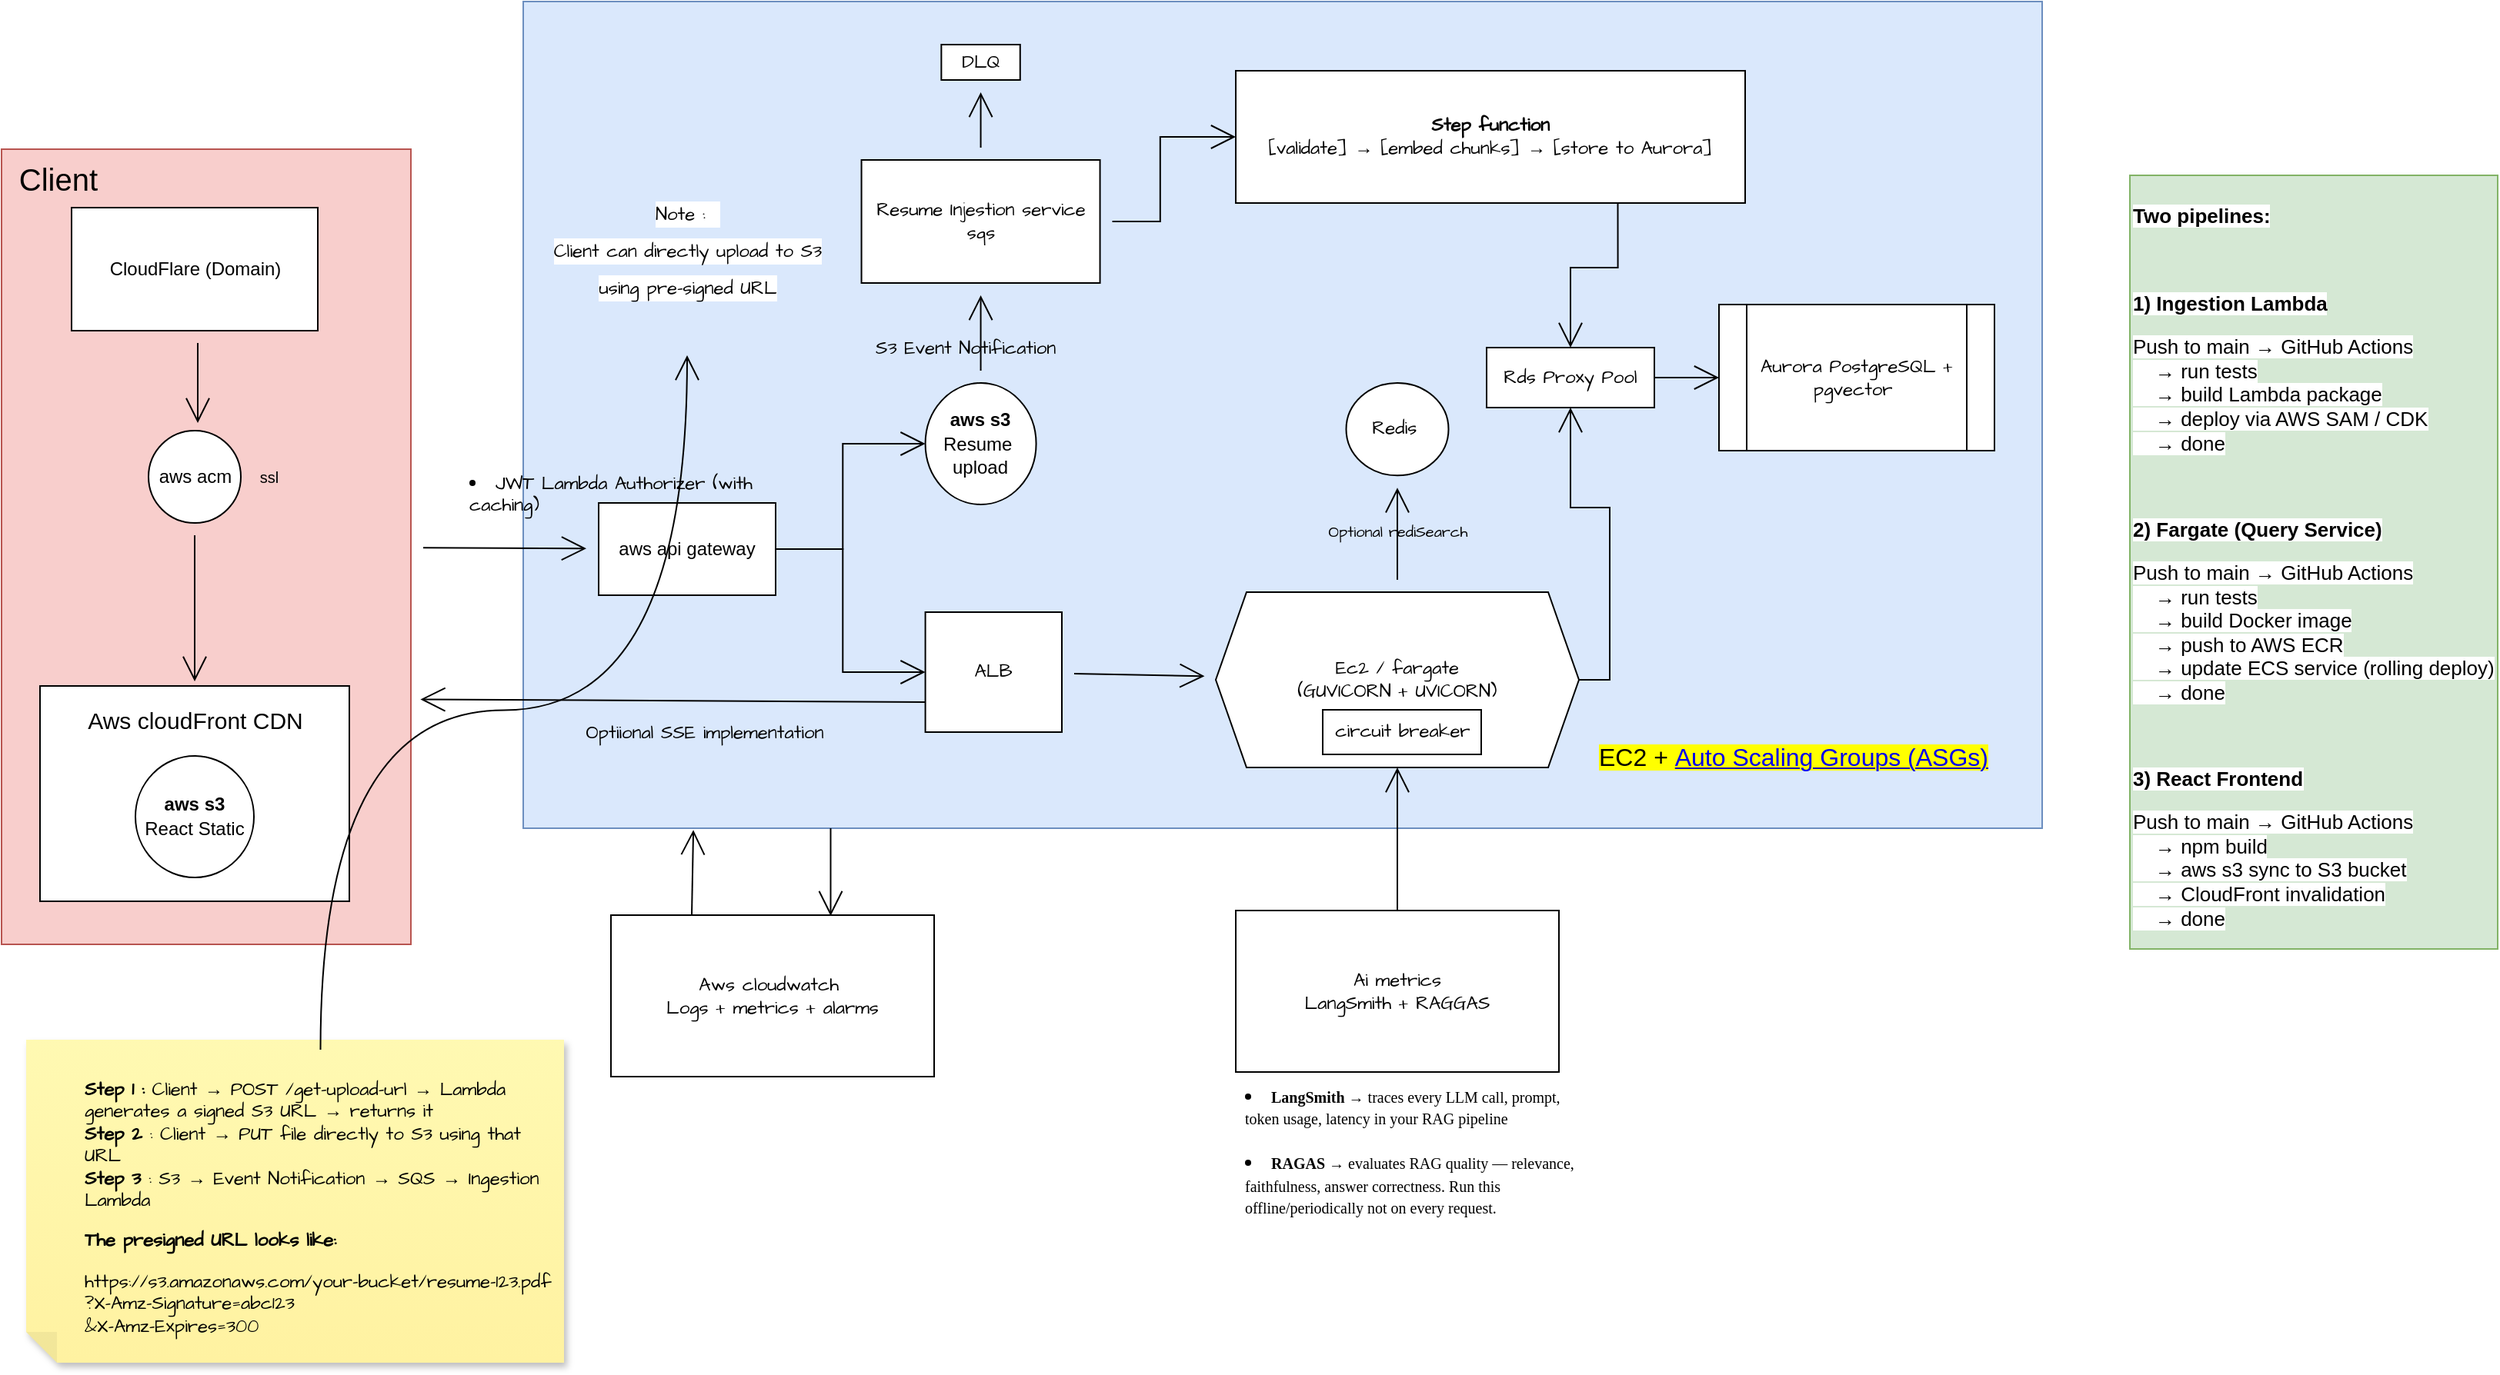
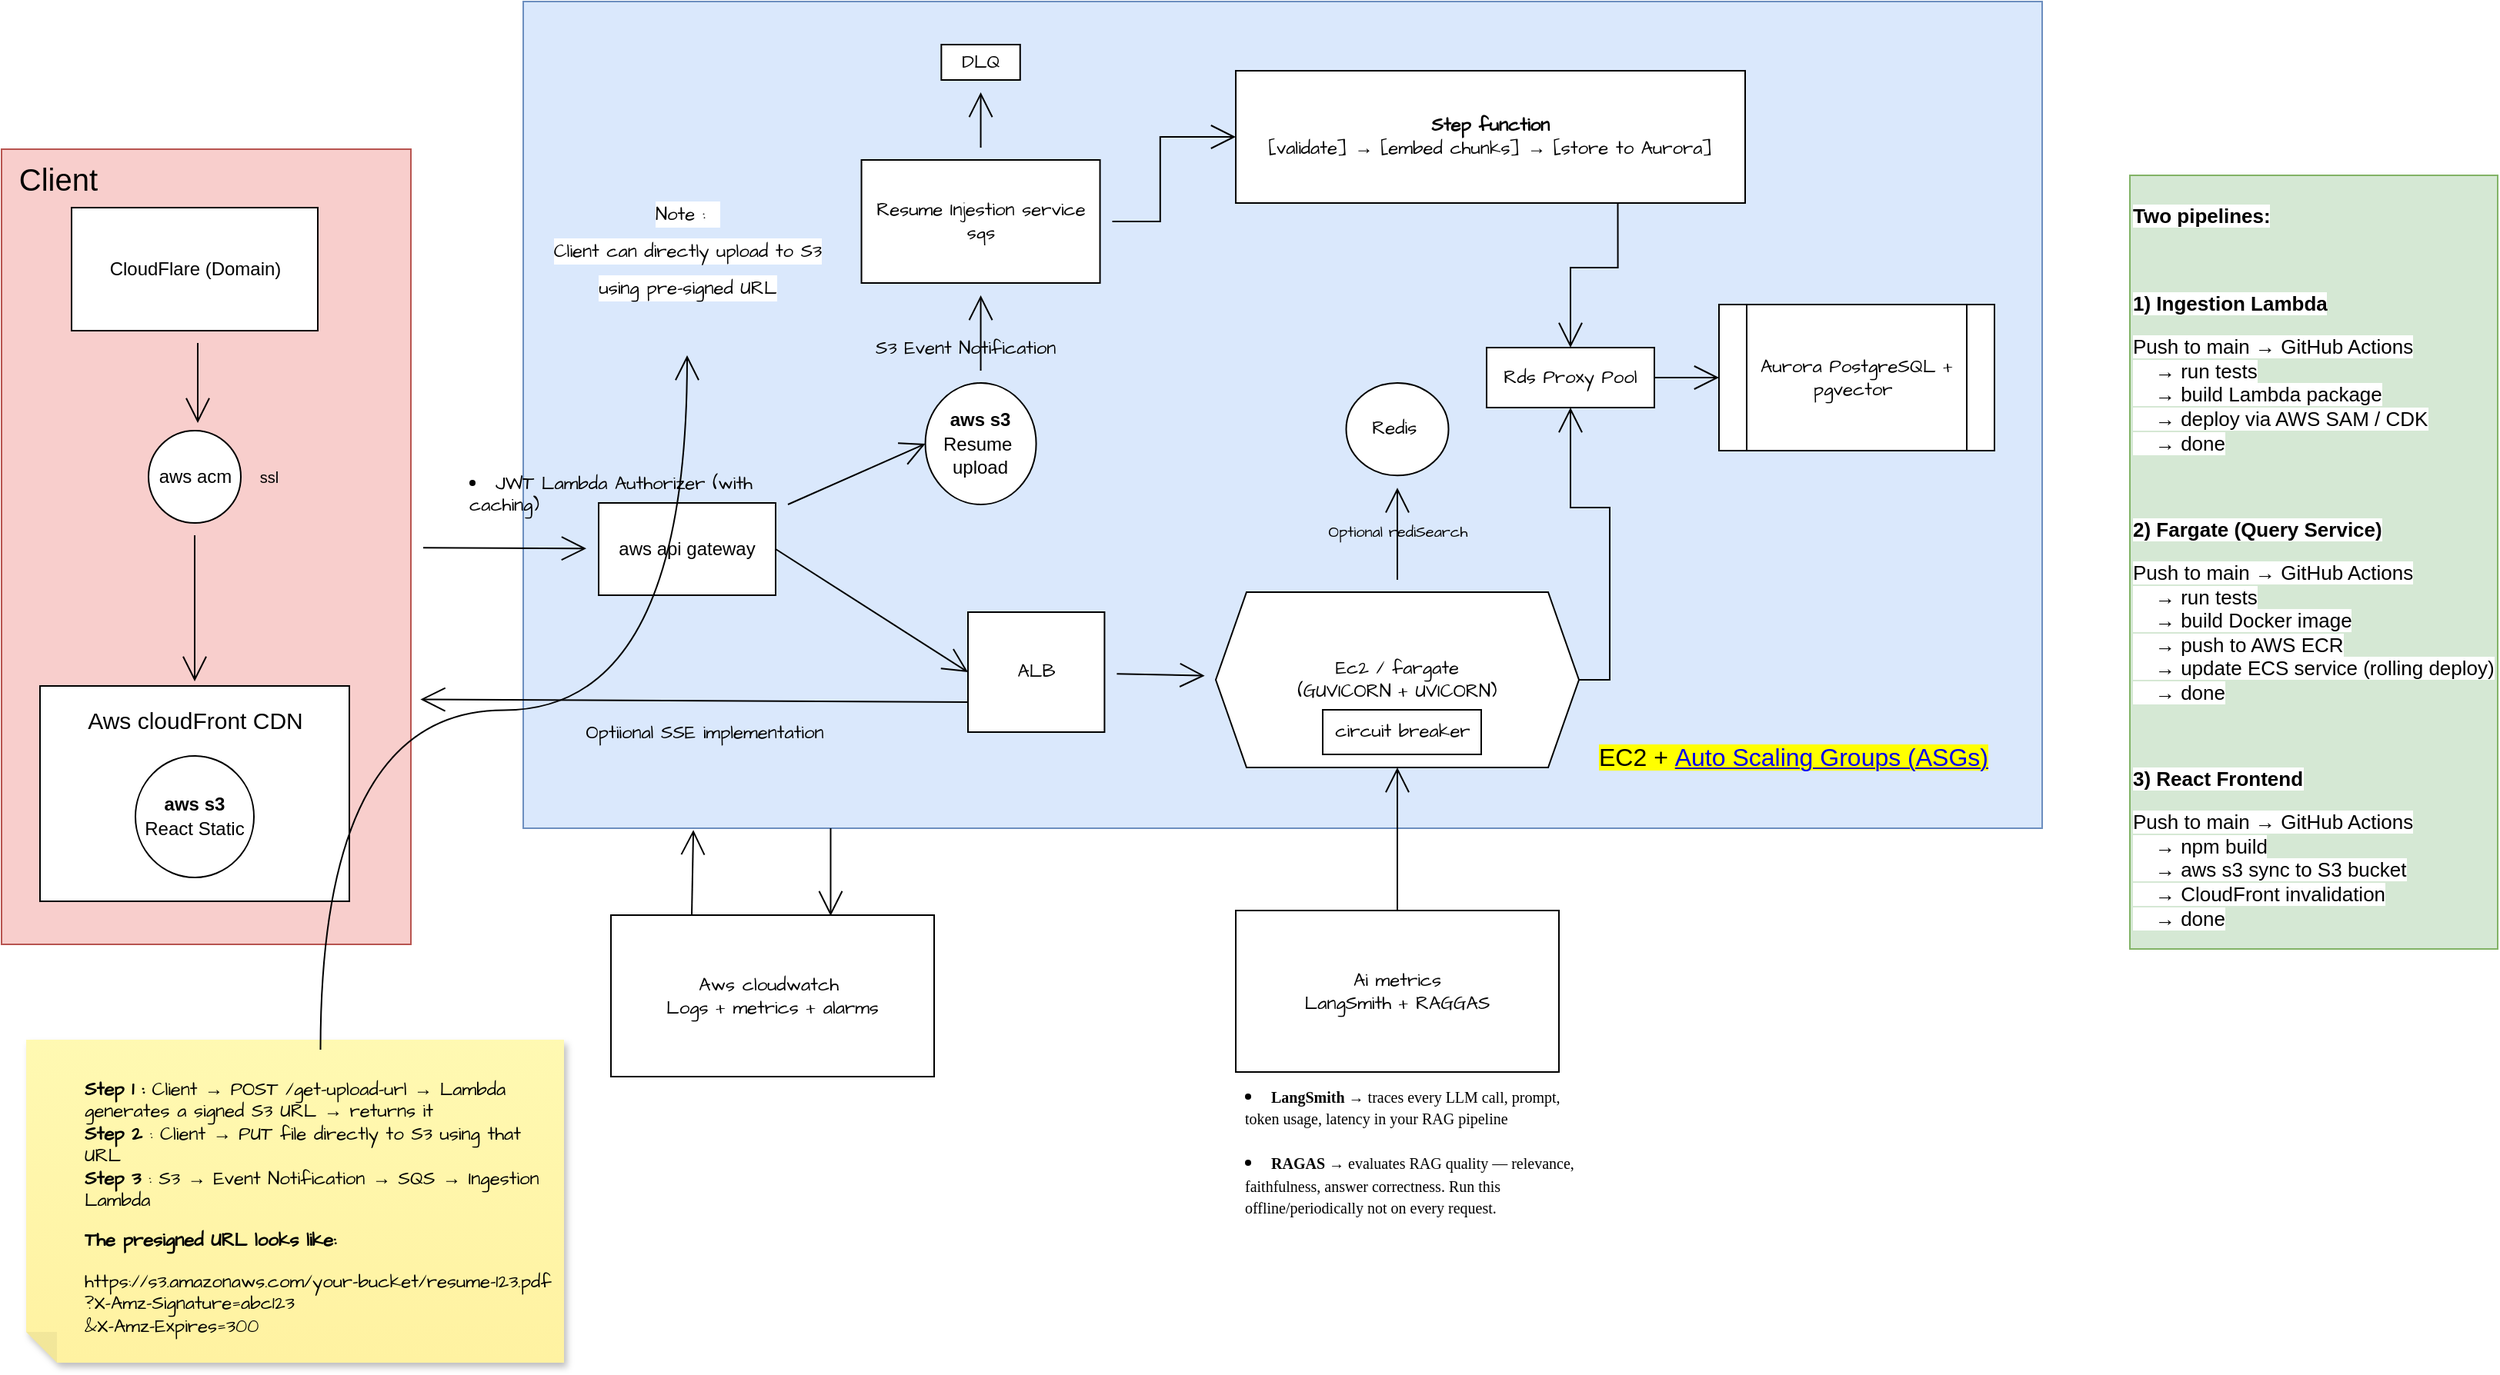
<mxfile host="app.diagrams.net">
  <diagram name="Page-1" id="SOHPCcRNUhLTlrNE90n2">
-     <mxGraphModel dx="3210" dy="1500" grid="0" gridSize="10" guides="1" tooltips="1" connect="1" arrows="1" fold="1" page="0" pageScale="1" pageWidth="850" pageHeight="1100" math="0" shadow="0">
+     <mxGraphModel dx="2808" dy="1317" grid="0" gridSize="10" guides="1" tooltips="1" connect="1" arrows="1" fold="1" page="0" pageScale="1" pageWidth="850" pageHeight="1100" math="0" shadow="0">
      <root>
        <mxCell id="0" />
        <mxCell id="1" parent="0" />
        <mxCell id="rra6tTRvJPethr66ALMW-102" parent="1" style="shape=note;whiteSpace=wrap;html=1;backgroundOutline=1;fontColor=#000000;darkOpacity=0.05;fillColor=#FFF9B2;strokeColor=none;fillStyle=solid;direction=west;gradientDirection=north;gradientColor=#FFF2A1;shadow=1;size=20;autosizeText=1;fontFamily=Architects Daughter;fontSource=https%3A%2F%2Ffonts.googleapis.com%2Fcss%3Ffamily%3DArchitects%2BDaughter;" value="" vertex="1">
          <mxGeometry height="210" width="349.5" x="-684" y="308" as="geometry" />
        </mxCell>
        <mxCell id="rra6tTRvJPethr66ALMW-70" parent="1" style="rounded=0;whiteSpace=wrap;html=1;fontFamily=Architects Daughter;fontSource=https%3A%2F%2Ffonts.googleapis.com%2Fcss%3Ffamily%3DArchitects%2BDaughter;fillColor=#dae8fc;strokeColor=#6c8ebf;" value="" vertex="1">
          <mxGeometry height="537.5" width="987" x="-361" y="-367" as="geometry" />
        </mxCell>
        <mxCell id="rra6tTRvJPethr66ALMW-100" edge="1" parent="1" source="rra6tTRvJPethr66ALMW-55" style="edgeStyle=orthogonalEdgeStyle;rounded=0;orthogonalLoop=1;jettySize=auto;html=1;exitX=0.75;exitY=1;exitDx=0;exitDy=0;entryX=0.5;entryY=0;entryDx=0;entryDy=0;fontFamily=Architects Daughter;fontSource=https%3A%2F%2Ffonts.googleapis.com%2Fcss%3Ffamily%3DArchitects%2BDaughter;fontSize=16;startSize=14;endArrow=open;endSize=14;sourcePerimeterSpacing=8;targetPerimeterSpacing=8;" target="rra6tTRvJPethr66ALMW-95">
          <mxGeometry relative="1" as="geometry" />
        </mxCell>
        <mxCell id="rra6tTRvJPethr66ALMW-55" parent="1" style="rounded=0;whiteSpace=wrap;html=1;fontFamily=Architects Daughter;fontSource=https%3A%2F%2Ffonts.googleapis.com%2Fcss%3Ffamily%3DArchitects%2BDaughter;" value="&lt;span style=&quot;text-align: left;&quot;&gt;&lt;b&gt;Step function&lt;/b&gt;&lt;br&gt;[validate] → [embed chunks] → [store to Aurora]&lt;/span&gt;" vertex="1">
          <mxGeometry height="86" width="331" x="102" y="-322" as="geometry" />
        </mxCell>
        <mxCell id="rra6tTRvJPethr66ALMW-19" edge="1" parent="1" source="rra6tTRvJPethr66ALMW-16" style="edgeStyle=none;curved=1;rounded=0;orthogonalLoop=1;jettySize=auto;html=1;fontFamily=Architects Daughter;fontSource=https%3A%2F%2Ffonts.googleapis.com%2Fcss%3Ffamily%3DArchitects%2BDaughter;fontSize=16;startSize=14;endArrow=open;endSize=14;sourcePerimeterSpacing=8;targetPerimeterSpacing=8;" target="rra6tTRvJPethr66ALMW-18" value="">
          <mxGeometry relative="1" as="geometry" />
        </mxCell>
        <mxCell id="rra6tTRvJPethr66ALMW-16" parent="1" style="rounded=0;whiteSpace=wrap;html=1;fontFamily=Architects Daughter;fontSource=https%3A%2F%2Ffonts.googleapis.com%2Fcss%3Ffamily%3DArchitects%2BDaughter;fillColor=#f8cecc;strokeColor=#b85450;" value="" vertex="1">
          <mxGeometry height="517" width="266" x="-700" y="-271" as="geometry" />
        </mxCell>
        <mxCell id="rra6tTRvJPethr66ALMW-2" parent="1" style="rounded=0;whiteSpace=wrap;html=1;fontFamily=Architects Daughter;fontSource=https%3A%2F%2Ffonts.googleapis.com%2Fcss%3Ffamily%3DArchitects%2BDaughter;" value="" vertex="1">
          <mxGeometry height="140" width="201" x="-675" y="78" as="geometry" />
        </mxCell>
        <mxCell id="rra6tTRvJPethr66ALMW-1" parent="1" style="ellipse;whiteSpace=wrap;html=1;fontFamily=Architects Daughter;fontSource=https%3A%2F%2Ffonts.googleapis.com%2Fcss%3Ffamily%3DArchitects%2BDaughter;" value="&lt;font face=&quot;Helvetica&quot;&gt;&lt;b&gt;aws s3&lt;/b&gt;&lt;br&gt;React Static&lt;/font&gt;" vertex="1">
          <mxGeometry height="79" width="77" x="-613" y="123.5" as="geometry" />
        </mxCell>
        <mxCell id="rra6tTRvJPethr66ALMW-3" parent="1" style="text;html=1;whiteSpace=wrap;strokeColor=none;fillColor=none;align=center;verticalAlign=middle;rounded=0;fontSize=20;fontFamily=Helvetica;" value="&lt;font style=&quot;font-size: 15px;&quot;&gt;Aws cloudFront CDN&lt;/font&gt;" vertex="1">
          <mxGeometry height="30" width="186" x="-667.5" y="83" as="geometry" />
        </mxCell>
        <mxCell id="rra6tTRvJPethr66ALMW-10" edge="1" parent="1" style="edgeStyle=none;curved=1;rounded=0;orthogonalLoop=1;jettySize=auto;html=1;fontFamily=Architects Daughter;fontSource=https%3A%2F%2Ffonts.googleapis.com%2Fcss%3Ffamily%3DArchitects%2BDaughter;fontSize=16;startSize=14;endArrow=open;endSize=14;sourcePerimeterSpacing=8;targetPerimeterSpacing=8;" value="">
          <mxGeometry relative="1" as="geometry">
            <mxPoint x="-572.5" y="-145" as="sourcePoint" />
            <mxPoint x="-572.5" y="-93" as="targetPoint" />
          </mxGeometry>
        </mxCell>
        <mxCell id="rra6tTRvJPethr66ALMW-5" parent="1" style="rounded=0;whiteSpace=wrap;html=1;fontFamily=Helvetica;" value="CloudFlare (Domain)" vertex="1">
          <mxGeometry height="80" width="160" x="-654.5" y="-233" as="geometry" />
        </mxCell>
        <mxCell id="rra6tTRvJPethr66ALMW-14" edge="1" parent="1" source="rra6tTRvJPethr66ALMW-12" style="edgeStyle=none;curved=1;rounded=0;orthogonalLoop=1;jettySize=auto;html=1;fontFamily=Architects Daughter;fontSource=https%3A%2F%2Ffonts.googleapis.com%2Fcss%3Ffamily%3DArchitects%2BDaughter;fontSize=16;startSize=14;endArrow=open;endSize=14;sourcePerimeterSpacing=8;targetPerimeterSpacing=8;" target="rra6tTRvJPethr66ALMW-3" value="">
          <mxGeometry relative="1" as="geometry" />
        </mxCell>
        <mxCell id="rra6tTRvJPethr66ALMW-12" parent="1" style="ellipse;whiteSpace=wrap;html=1;fontFamily=Architects Daughter;fontSource=https%3A%2F%2Ffonts.googleapis.com%2Fcss%3Ffamily%3DArchitects%2BDaughter;" value="&lt;font face=&quot;Helvetica&quot;&gt;aws acm&lt;/font&gt;" vertex="1">
          <mxGeometry height="60" width="60" x="-604.5" y="-88" as="geometry" />
        </mxCell>
        <mxCell id="rra6tTRvJPethr66ALMW-15" parent="1" style="text;html=1;whiteSpace=wrap;strokeColor=none;fillColor=none;align=center;verticalAlign=middle;rounded=0;fontSize=10;fontFamily=Helvetica;" value="&lt;font&gt;ssl&lt;/font&gt;" vertex="1">
          <mxGeometry height="18" width="32" x="-542" y="-67" as="geometry" />
        </mxCell>
        <mxCell id="rra6tTRvJPethr66ALMW-17" parent="1" style="text;html=1;whiteSpace=wrap;strokeColor=none;fillColor=none;align=center;verticalAlign=middle;rounded=0;fontSize=20;fontFamily=Architects Daughter;fontSource=https%3A%2F%2Ffonts.googleapis.com%2Fcss%3Ffamily%3DArchitects%2BDaughter;" value="&lt;font face=&quot;Helvetica&quot;&gt;Client&lt;/font&gt;" vertex="1">
          <mxGeometry height="30" width="60" x="-693" y="-266" as="geometry" />
        </mxCell>
-         <mxCell id="rra6tTRvJPethr66ALMW-27" edge="1" parent="1" source="rra6tTRvJPethr66ALMW-18" style="edgeStyle=orthogonalEdgeStyle;rounded=0;orthogonalLoop=1;jettySize=auto;html=1;fontFamily=Architects Daughter;fontSource=https%3A%2F%2Ffonts.googleapis.com%2Fcss%3Ffamily%3DArchitects%2BDaughter;fontSize=16;startSize=14;endArrow=open;endSize=14;sourcePerimeterSpacing=8;targetPerimeterSpacing=8;entryX=0;entryY=0.5;entryDx=0;entryDy=0;" target="rra6tTRvJPethr66ALMW-42" value="">
+         <mxCell id="rra6tTRvJPethr66ALMW-27" edge="1" parent="1" source="rra6tTRvJPethr66ALMW-18" style="rounded=0;orthogonalLoop=1;jettySize=auto;html=1;fontFamily=Architects Daughter;fontSource=https%3A%2F%2Ffonts.googleapis.com%2Fcss%3Ffamily%3DArchitects%2BDaughter;fontSize=16;startSize=14;endArrow=open;endSize=14;sourcePerimeterSpacing=8;targetPerimeterSpacing=8;entryX=0;entryY=0.5;entryDx=0;entryDy=0;" target="rra6tTRvJPethr66ALMW-42" value="">
          <mxGeometry relative="1" as="geometry">
            <mxPoint x="-103" y="-13.867567567567448" as="targetPoint" />
          </mxGeometry>
        </mxCell>
-         <mxCell id="rra6tTRvJPethr66ALMW-47" edge="1" parent="1" source="rra6tTRvJPethr66ALMW-18" style="edgeStyle=orthogonalEdgeStyle;rounded=0;orthogonalLoop=1;jettySize=auto;html=1;exitX=1;exitY=0.5;exitDx=0;exitDy=0;entryX=0;entryY=0.5;entryDx=0;entryDy=0;fontFamily=Architects Daughter;fontSource=https%3A%2F%2Ffonts.googleapis.com%2Fcss%3Ffamily%3DArchitects%2BDaughter;fontSize=16;startSize=14;endArrow=open;endSize=14;sourcePerimeterSpacing=8;targetPerimeterSpacing=8;" target="rra6tTRvJPethr66ALMW-22">
+         <mxCell id="rra6tTRvJPethr66ALMW-47" edge="1" parent="1" source="rra6tTRvJPethr66ALMW-18" style="rounded=0;orthogonalLoop=1;jettySize=auto;html=1;exitX=1;exitY=0.5;exitDx=0;exitDy=0;entryX=0;entryY=0.5;entryDx=0;entryDy=0;fontFamily=Architects Daughter;fontSource=https%3A%2F%2Ffonts.googleapis.com%2Fcss%3Ffamily%3DArchitects%2BDaughter;fontSize=16;startSize=14;endArrow=open;endSize=14;sourcePerimeterSpacing=8;targetPerimeterSpacing=8;" target="rra6tTRvJPethr66ALMW-22">
          <mxGeometry relative="1" as="geometry" />
        </mxCell>
        <mxCell id="rra6tTRvJPethr66ALMW-18" parent="1" style="whiteSpace=wrap;html=1;fontFamily=Architects Daughter;rounded=0;fontSource=https%3A%2F%2Ffonts.googleapis.com%2Fcss%3Ffamily%3DArchitects%2BDaughter;" value="&lt;font face=&quot;Helvetica&quot;&gt;aws api gateway&lt;/font&gt;" vertex="1">
          <mxGeometry height="60" width="115" x="-312" y="-41" as="geometry" />
        </mxCell>
        <mxCell id="rra6tTRvJPethr66ALMW-57" edge="1" parent="1" source="rra6tTRvJPethr66ALMW-20" style="edgeStyle=none;curved=1;rounded=0;orthogonalLoop=1;jettySize=auto;html=1;fontFamily=Architects Daughter;fontSource=https%3A%2F%2Ffonts.googleapis.com%2Fcss%3Ffamily%3DArchitects%2BDaughter;fontSize=16;startSize=14;endArrow=open;endSize=14;sourcePerimeterSpacing=8;targetPerimeterSpacing=8;" target="rra6tTRvJPethr66ALMW-56" value="">
          <mxGeometry relative="1" as="geometry" />
        </mxCell>
        <mxCell id="rra6tTRvJPethr66ALMW-58" edge="1" parent="1" source="rra6tTRvJPethr66ALMW-20" style="edgeStyle=orthogonalEdgeStyle;rounded=0;orthogonalLoop=1;jettySize=auto;html=1;fontFamily=Architects Daughter;fontSource=https%3A%2F%2Ffonts.googleapis.com%2Fcss%3Ffamily%3DArchitects%2BDaughter;fontSize=16;startSize=14;endArrow=open;endSize=14;sourcePerimeterSpacing=8;targetPerimeterSpacing=8;entryX=0;entryY=0.5;entryDx=0;entryDy=0;" target="rra6tTRvJPethr66ALMW-55" value="">
          <mxGeometry relative="1" as="geometry">
            <mxPoint x="94.00000000000045" y="-224" as="targetPoint" />
          </mxGeometry>
        </mxCell>
        <mxCell id="rra6tTRvJPethr66ALMW-20" parent="1" style="rounded=0;whiteSpace=wrap;html=1;fontFamily=Architects Daughter;fontSource=https%3A%2F%2Ffonts.googleapis.com%2Fcss%3Ffamily%3DArchitects%2BDaughter;" value="Resume Injestion service&lt;br&gt;sqs" vertex="1">
          <mxGeometry height="80" width="155" x="-141.22000000000003" y="-264" as="geometry" />
        </mxCell>
        <mxCell id="rra6tTRvJPethr66ALMW-51" edge="1" parent="1" source="rra6tTRvJPethr66ALMW-22" style="edgeStyle=none;curved=1;rounded=0;orthogonalLoop=1;jettySize=auto;html=1;exitX=0;exitY=0.75;exitDx=0;exitDy=0;fontFamily=Architects Daughter;fontSource=https%3A%2F%2Ffonts.googleapis.com%2Fcss%3Ffamily%3DArchitects%2BDaughter;fontSize=16;startSize=14;endArrow=open;endSize=14;sourcePerimeterSpacing=8;targetPerimeterSpacing=8;">
          <mxGeometry relative="1" as="geometry">
            <mxPoint x="-427.7921840122767" y="86.71428571428578" as="targetPoint" />
          </mxGeometry>
        </mxCell>
        <mxCell id="rra6tTRvJPethr66ALMW-22" parent="1" style="rounded=0;whiteSpace=wrap;html=1;fontFamily=Architects Daughter;fontSource=https%3A%2F%2Ffonts.googleapis.com%2Fcss%3Ffamily%3DArchitects%2BDaughter;" value="ALB" vertex="1">
-           <mxGeometry height="78" width="88.71" x="-99.71" y="30" as="geometry" />
+           <mxGeometry height="78" width="88.71" x="-72" y="30" as="geometry" />
        </mxCell>
        <mxCell id="rra6tTRvJPethr66ALMW-41" parent="1" style="text;whiteSpace=wrap;html=1;fontFamily=Architects Daughter;fontSource=https%3A%2F%2Ffonts.googleapis.com%2Fcss%3Ffamily%3DArchitects%2BDaughter;" value="&lt;li class=&quot;font-claude-response-body whitespace-normal break-words pl-2&quot;&gt;JWT Lambda Authorizer (with caching)&lt;/li&gt;" vertex="1">
          <mxGeometry height="34.14" width="232.29" x="-398" y="-67" as="geometry" />
        </mxCell>
        <mxCell id="rra6tTRvJPethr66ALMW-43" edge="1" parent="1" source="rra6tTRvJPethr66ALMW-42" style="edgeStyle=none;curved=1;rounded=0;orthogonalLoop=1;jettySize=auto;html=1;fontFamily=Architects Daughter;fontSource=https%3A%2F%2Ffonts.googleapis.com%2Fcss%3Ffamily%3DArchitects%2BDaughter;fontSize=16;startSize=14;endArrow=open;endSize=14;sourcePerimeterSpacing=8;targetPerimeterSpacing=8;" target="rra6tTRvJPethr66ALMW-20" value="">
          <mxGeometry relative="1" as="geometry" />
        </mxCell>
        <mxCell id="rra6tTRvJPethr66ALMW-42" parent="1" style="ellipse;whiteSpace=wrap;html=1;fontFamily=Architects Daughter;fontSource=https%3A%2F%2Ffonts.googleapis.com%2Fcss%3Ffamily%3DArchitects%2BDaughter;" value="&lt;font face=&quot;Helvetica&quot;&gt;&lt;b&gt;aws s3&lt;/b&gt;&lt;br&gt;Resume&amp;nbsp; upload&lt;/font&gt;" vertex="1">
          <mxGeometry height="79" width="72" x="-99.71" y="-119" as="geometry" />
        </mxCell>
        <mxCell id="rra6tTRvJPethr66ALMW-46" parent="1" style="shape=process;whiteSpace=wrap;html=1;backgroundOutline=1;fontFamily=Architects Daughter;fontSource=https%3A%2F%2Ffonts.googleapis.com%2Fcss%3Ffamily%3DArchitects%2BDaughter;" value="Aurora PostgreSQL + pgvector&amp;nbsp;" vertex="1">
          <mxGeometry height="95" width="179" x="416" y="-170" as="geometry" />
        </mxCell>
        <mxCell id="rra6tTRvJPethr66ALMW-48" edge="1" parent="1" source="rra6tTRvJPethr66ALMW-22" style="edgeStyle=none;curved=1;rounded=0;orthogonalLoop=1;jettySize=auto;html=1;fontFamily=Architects Daughter;fontSource=https%3A%2F%2Ffonts.googleapis.com%2Fcss%3Ffamily%3DArchitects%2BDaughter;fontSize=16;startSize=14;endArrow=open;endSize=14;sourcePerimeterSpacing=8;targetPerimeterSpacing=8;" target="rra6tTRvJPethr66ALMW-38" value="">
          <mxGeometry relative="1" as="geometry">
            <mxPoint x="100" y="65" as="sourcePoint" />
            <mxPoint x="417.5943068734091" y="60.00960425827361" as="targetPoint" />
          </mxGeometry>
        </mxCell>
        <mxCell id="rra6tTRvJPethr66ALMW-89" edge="1" parent="1" source="rra6tTRvJPethr66ALMW-38" style="edgeStyle=none;curved=1;rounded=0;orthogonalLoop=1;jettySize=auto;html=1;fontFamily=Architects Daughter;fontSource=https%3A%2F%2Ffonts.googleapis.com%2Fcss%3Ffamily%3DArchitects%2BDaughter;fontSize=16;startSize=14;endArrow=open;endSize=14;sourcePerimeterSpacing=8;targetPerimeterSpacing=8;" target="rra6tTRvJPethr66ALMW-50" value="">
          <mxGeometry relative="1" as="geometry" />
        </mxCell>
        <mxCell id="rra6tTRvJPethr66ALMW-96" edge="1" parent="1" source="rra6tTRvJPethr66ALMW-38" style="edgeStyle=orthogonalEdgeStyle;rounded=0;orthogonalLoop=1;jettySize=auto;html=1;exitX=1;exitY=0.5;exitDx=0;exitDy=0;entryX=0.5;entryY=1;entryDx=0;entryDy=0;fontFamily=Architects Daughter;fontSource=https%3A%2F%2Ffonts.googleapis.com%2Fcss%3Ffamily%3DArchitects%2BDaughter;fontSize=16;startSize=14;endArrow=open;endSize=14;sourcePerimeterSpacing=8;targetPerimeterSpacing=8;" target="rra6tTRvJPethr66ALMW-95">
          <mxGeometry relative="1" as="geometry" />
        </mxCell>
        <mxCell id="rra6tTRvJPethr66ALMW-38" parent="1" style="shape=hexagon;perimeter=hexagonPerimeter2;whiteSpace=wrap;html=1;fixedSize=1;fontFamily=Architects Daughter;fontSource=https%3A%2F%2Ffonts.googleapis.com%2Fcss%3Ffamily%3DArchitects%2BDaughter;" value="Ec2 / fargate&lt;br&gt;(GUVICORN + UVICORN)" vertex="1">
          <mxGeometry height="114" width="236" x="89" y="17" as="geometry" />
        </mxCell>
        <mxCell id="rra6tTRvJPethr66ALMW-50" parent="1" style="ellipse;whiteSpace=wrap;html=1;fontFamily=Architects Daughter;fontSource=https%3A%2F%2Ffonts.googleapis.com%2Fcss%3Ffamily%3DArchitects%2BDaughter;" value="Redis&amp;nbsp;" vertex="1">
          <mxGeometry height="60.14" width="66.5" x="173.75" y="-119" as="geometry" />
        </mxCell>
        <mxCell id="rra6tTRvJPethr66ALMW-53" parent="1" style="text;html=1;whiteSpace=wrap;strokeColor=none;fillColor=none;align=center;verticalAlign=middle;rounded=0;fontSize=12;fontFamily=Architects Daughter;fontSource=https%3A%2F%2Ffonts.googleapis.com%2Fcss%3Ffamily%3DArchitects%2BDaughter;" value="Optiional SSE implementation" vertex="1">
          <mxGeometry height="30" width="272" x="-378.85" y="93.5" as="geometry" />
        </mxCell>
        <mxCell id="rra6tTRvJPethr66ALMW-56" parent="1" style="rounded=0;whiteSpace=wrap;html=1;fontFamily=Architects Daughter;fontSource=https%3A%2F%2Ffonts.googleapis.com%2Fcss%3Ffamily%3DArchitects%2BDaughter;" value="DLQ" vertex="1">
          <mxGeometry height="23" width="51.21" x="-89.32" y="-339" as="geometry" />
        </mxCell>
        <mxCell id="rra6tTRvJPethr66ALMW-60" parent="1" style="text;whiteSpace=wrap;html=1;fontFamily=Architects Daughter;fontSource=https%3A%2F%2Ffonts.googleapis.com%2Fcss%3Ffamily%3DArchitects%2BDaughter;" value="S3 Event Notification" vertex="1">
          <mxGeometry height="36" width="145" x="-134" y="-155.00117675781252" as="geometry" />
        </mxCell>
        <mxCell id="rra6tTRvJPethr66ALMW-61" parent="1" style="text;html=1;whiteSpace=wrap;strokeColor=none;fillColor=none;align=center;verticalAlign=middle;rounded=0;fontSize=20;fontFamily=Architects Daughter;fontSource=https%3A%2F%2Ffonts.googleapis.com%2Fcss%3Ffamily%3DArchitects%2BDaughter;" value="&lt;font style=&quot;font-size: 10px;&quot;&gt;Optional rediSearch&lt;/font&gt;" vertex="1">
          <mxGeometry height="30" width="109" x="152.5" y="-41" as="geometry" />
        </mxCell>
        <mxCell id="rra6tTRvJPethr66ALMW-65" parent="1" style="rounded=0;whiteSpace=wrap;html=1;fontFamily=Architects Daughter;fontSource=https%3A%2F%2Ffonts.googleapis.com%2Fcss%3Ffamily%3DArchitects%2BDaughter;" value="Aws cloudwatch&amp;nbsp;&lt;br&gt;Logs + metrics + alarms" vertex="1">
          <mxGeometry height="105" width="210" x="-304" y="227" as="geometry" />
        </mxCell>
        <mxCell id="rra6tTRvJPethr66ALMW-94" edge="1" parent="1" source="rra6tTRvJPethr66ALMW-69" style="edgeStyle=none;curved=1;rounded=0;orthogonalLoop=1;jettySize=auto;html=1;exitX=0.5;exitY=0;exitDx=0;exitDy=0;entryX=0.5;entryY=1;entryDx=0;entryDy=0;fontFamily=Architects Daughter;fontSource=https%3A%2F%2Ffonts.googleapis.com%2Fcss%3Ffamily%3DArchitects%2BDaughter;fontSize=16;startSize=14;endArrow=open;endSize=14;sourcePerimeterSpacing=8;targetPerimeterSpacing=8;" target="rra6tTRvJPethr66ALMW-38">
          <mxGeometry relative="1" as="geometry" />
        </mxCell>
        <mxCell id="rra6tTRvJPethr66ALMW-69" parent="1" style="rounded=0;whiteSpace=wrap;html=1;fontFamily=Architects Daughter;fontSource=https%3A%2F%2Ffonts.googleapis.com%2Fcss%3Ffamily%3DArchitects%2BDaughter;" value="Ai metrics&lt;br&gt;LangSmith + RAGGAS" vertex="1">
          <mxGeometry height="105" width="210" x="102" y="224" as="geometry" />
        </mxCell>
        <mxCell id="rra6tTRvJPethr66ALMW-71" parent="1" style="rounded=0;whiteSpace=wrap;html=1;fontFamily=Architects Daughter;fontSource=https%3A%2F%2Ffonts.googleapis.com%2Fcss%3Ffamily%3DArchitects%2BDaughter;" value="circuit breaker" vertex="1">
          <mxGeometry height="29" width="103" x="158.5" y="93.5" as="geometry" />
        </mxCell>
        <mxCell id="rra6tTRvJPethr66ALMW-72" parent="1" style="text;whiteSpace=wrap;html=1;fontFamily=Architects Daughter;fontSource=https%3A%2F%2Ffonts.googleapis.com%2Fcss%3Ffamily%3DArchitects%2BDaughter;" value="&lt;li class=&quot;font-claude-response-body whitespace-normal break-words pl-2&quot;&gt;&lt;font face=&quot;Verdana&quot; style=&quot;font-size: 10px;&quot;&gt;&lt;strong&gt;LangSmith&lt;/strong&gt; → traces every LLM call, prompt, token usage, latency in your RAG pipeline&lt;/font&gt;&lt;/li&gt;&lt;font face=&quot;Verdana&quot; style=&quot;font-size: 10px;&quot;&gt;&lt;br&gt;&lt;/font&gt;&lt;li class=&quot;font-claude-response-body whitespace-normal break-words pl-2&quot;&gt;&lt;font face=&quot;Verdana&quot; style=&quot;font-size: 10px;&quot;&gt;&lt;strong&gt;RAGAS&lt;/strong&gt; → evaluates RAG quality — relevance, faithfulness, answer correctness. Run this offline/periodically not on every request.&lt;/font&gt;&lt;/li&gt;" vertex="1">
          <mxGeometry height="145" width="219" x="106" y="332" as="geometry" />
        </mxCell>
        <mxCell id="rra6tTRvJPethr66ALMW-76" edge="1" parent="1" style="edgeStyle=none;curved=1;rounded=0;orthogonalLoop=1;jettySize=auto;html=1;exitX=0.25;exitY=1;exitDx=0;exitDy=0;entryX=0.875;entryY=0.005;entryDx=0;entryDy=0;entryPerimeter=0;fontFamily=Architects Daughter;fontSource=https%3A%2F%2Ffonts.googleapis.com%2Fcss%3Ffamily%3DArchitects%2BDaughter;fontSize=16;startSize=14;endArrow=open;endSize=14;sourcePerimeterSpacing=8;targetPerimeterSpacing=8;">
          <mxGeometry relative="1" as="geometry">
            <mxPoint x="-161.25" y="170.50000000000023" as="sourcePoint" />
            <mxPoint x="-161.25" y="227.52500000000032" as="targetPoint" />
          </mxGeometry>
        </mxCell>
        <mxCell id="rra6tTRvJPethr66ALMW-78" edge="1" parent="1" source="rra6tTRvJPethr66ALMW-65" style="edgeStyle=none;curved=1;rounded=0;orthogonalLoop=1;jettySize=auto;html=1;exitX=0.25;exitY=0;exitDx=0;exitDy=0;entryX=0.112;entryY=1.002;entryDx=0;entryDy=0;entryPerimeter=0;fontFamily=Architects Daughter;fontSource=https%3A%2F%2Ffonts.googleapis.com%2Fcss%3Ffamily%3DArchitects%2BDaughter;fontSize=16;startSize=14;endArrow=open;endSize=14;sourcePerimeterSpacing=8;targetPerimeterSpacing=8;" target="rra6tTRvJPethr66ALMW-70">
          <mxGeometry relative="1" as="geometry" />
        </mxCell>
        <UserObject label="&lt;p class=&quot;font-claude-response-body break-words whitespace-normal leading-[1.7]&quot;&gt;&lt;strong&gt;&lt;font face=&quot;Helvetica&quot; style=&quot;background-color: light-dark(#ffffff, var(--ge-dark-color, #121212)); font-size: 13px;&quot;&gt;Two pipelines:&lt;/font&gt;&lt;/strong&gt;&lt;/p&gt;&lt;font face=&quot;Helvetica&quot; style=&quot;background-color: light-dark(#ffffff, var(--ge-dark-color, #121212)); font-size: 13px;&quot;&gt;&lt;br&gt;&lt;/font&gt;&lt;p class=&quot;font-claude-response-body break-words whitespace-normal leading-[1.7]&quot;&gt;&lt;strong&gt;&lt;font face=&quot;Helvetica&quot; style=&quot;background-color: light-dark(#ffffff, var(--ge-dark-color, #121212)); font-size: 13px;&quot;&gt;1) Ingestion Lambda&lt;/font&gt;&lt;/strong&gt;&lt;/p&gt;&lt;div role=&quot;group&quot; aria-label=&quot;Code&quot; tabindex=&quot;0&quot; class=&quot;relative group/copy bg-bg-000/50 border-0.5 border-border-400 rounded-lg focus:outline-none focus-visible:ring-2 focus-visible:ring-accent-100&quot;&gt;&lt;div class=&quot;overflow-x-auto&quot;&gt;&lt;pre class=&quot;code-block__code !my-0 !rounded-lg !text-sm !leading-relaxed p-3.5&quot; style=&quot;background: transparent;&quot;&gt;&lt;code style=&quot;background-image: initial; background-position: initial; background-size: initial; background-repeat: initial; background-attachment: initial; background-origin: initial; background-clip: initial; white-space: pre-wrap;&quot;&gt;&lt;font face=&quot;Helvetica&quot; style=&quot;background-color: light-dark(#ffffff, var(--ge-dark-color, #121212)); font-size: 13px;&quot;&gt;&lt;span&gt;&lt;span&gt;Push to main → GitHub Actions&lt;br&gt;&lt;/span&gt;&lt;/span&gt;&lt;span&gt;    → run tests&lt;br&gt;&lt;/span&gt;&lt;span&gt;    → build Lambda package&lt;br&gt;&lt;/span&gt;&lt;span&gt;    → deploy via AWS SAM / CDK&lt;br&gt;&lt;/span&gt;&lt;span&gt;    → done&lt;/span&gt;&lt;/font&gt;&lt;/code&gt;&lt;/pre&gt;&lt;/div&gt;&lt;/div&gt;&lt;font face=&quot;Helvetica&quot; style=&quot;background-color: light-dark(#ffffff, var(--ge-dark-color, #121212)); font-size: 13px;&quot;&gt;&lt;br&gt;&lt;/font&gt;&lt;p class=&quot;font-claude-response-body break-words whitespace-normal leading-[1.7]&quot;&gt;&lt;strong&gt;&lt;font face=&quot;Helvetica&quot; style=&quot;background-color: light-dark(#ffffff, var(--ge-dark-color, #121212)); font-size: 13px;&quot;&gt;2) Fargate (Query Service)&lt;/font&gt;&lt;/strong&gt;&lt;/p&gt;&lt;div role=&quot;group&quot; aria-label=&quot;Code&quot; tabindex=&quot;0&quot; class=&quot;relative group/copy bg-bg-000/50 border-0.5 border-border-400 rounded-lg focus:outline-none focus-visible:ring-2 focus-visible:ring-accent-100&quot;&gt;&lt;div class=&quot;overflow-x-auto&quot;&gt;&lt;pre class=&quot;code-block__code !my-0 !rounded-lg !text-sm !leading-relaxed p-3.5&quot; style=&quot;background: transparent;&quot;&gt;&lt;code style=&quot;background-image: initial; background-position: initial; background-size: initial; background-repeat: initial; background-attachment: initial; background-origin: initial; background-clip: initial; white-space: pre-wrap;&quot;&gt;&lt;font face=&quot;Helvetica&quot; style=&quot;background-color: light-dark(#ffffff, var(--ge-dark-color, #121212)); font-size: 13px;&quot;&gt;&lt;span&gt;&lt;span&gt;Push to main → GitHub Actions&lt;br&gt;&lt;/span&gt;&lt;/span&gt;&lt;span&gt;    → run tests&lt;br&gt;&lt;/span&gt;&lt;span&gt;    → build Docker image&lt;br&gt;&lt;/span&gt;&lt;span&gt;    → push to AWS ECR&lt;br&gt;&lt;/span&gt;&lt;span&gt;    → update ECS service (rolling deploy)&lt;br&gt;&lt;/span&gt;&lt;span&gt;    → done&lt;/span&gt;&lt;/font&gt;&lt;/code&gt;&lt;/pre&gt;&lt;/div&gt;&lt;/div&gt;&lt;font face=&quot;Helvetica&quot; style=&quot;background-color: light-dark(#ffffff, var(--ge-dark-color, #121212)); font-size: 13px;&quot;&gt;&lt;br&gt;&lt;/font&gt;&lt;p class=&quot;font-claude-response-body break-words whitespace-normal leading-[1.7]&quot;&gt;&lt;strong&gt;&lt;font face=&quot;Helvetica&quot; style=&quot;background-color: light-dark(#ffffff, var(--ge-dark-color, #121212)); font-size: 13px;&quot;&gt;3) React Frontend&lt;/font&gt;&lt;/strong&gt;&lt;/p&gt;&lt;div role=&quot;group&quot; aria-label=&quot;Code&quot; tabindex=&quot;0&quot; class=&quot;relative group/copy bg-bg-000/50 border-0.5 border-border-400 rounded-lg focus:outline-none focus-visible:ring-2 focus-visible:ring-accent-100&quot;&gt;&lt;div class=&quot;overflow-x-auto&quot;&gt;&lt;pre class=&quot;code-block__code !my-0 !rounded-lg !text-sm !leading-relaxed p-3.5&quot; style=&quot;background: transparent;&quot;&gt;&lt;code style=&quot;background-image: initial; background-position: initial; background-size: initial; background-repeat: initial; background-attachment: initial; background-origin: initial; background-clip: initial; white-space: pre-wrap;&quot;&gt;&lt;font face=&quot;Helvetica&quot; style=&quot;background-color: light-dark(#ffffff, var(--ge-dark-color, #121212)); font-size: 13px;&quot;&gt;Push to main → GitHub Actions&lt;br&gt;    → npm build&lt;br&gt;    → aws s3 sync to S3 bucket&lt;br&gt;    → CloudFront invalidation&lt;br&gt;    → done&lt;/font&gt;&lt;/code&gt;&lt;/pre&gt;&lt;/div&gt;&lt;/div&gt;" id="rra6tTRvJPethr66ALMW-85">
          <mxCell parent="1" style="text;whiteSpace=wrap;html=1;fontFamily=Architects Daughter;fontSource=https%3A%2F%2Ffonts.googleapis.com%2Fcss%3Ffamily%3DArchitects%2BDaughter;fillColor=#d5e8d4;strokeColor=#82b366;" vertex="1">
            <mxGeometry height="503" width="239" x="683" y="-254" as="geometry" />
          </mxCell>
        </UserObject>
        <mxCell id="rra6tTRvJPethr66ALMW-90" parent="1" style="text;html=1;whiteSpace=wrap;strokeColor=none;fillColor=none;align=center;verticalAlign=middle;rounded=0;fontSize=20;fontFamily=Architects Daughter;fontSource=https%3A%2F%2Ffonts.googleapis.com%2Fcss%3Ffamily%3DArchitects%2BDaughter;" value="&lt;font style=&quot;font-size: 12px; background-color: light-dark(#ffffff, var(--ge-dark-color, #121212));&quot;&gt;Note :&amp;nbsp;&amp;nbsp;&lt;br&gt;Client can directly upload to S3 using pre-signed URL&lt;/font&gt;" vertex="1">
          <mxGeometry height="143" width="204" x="-356.5" y="-280" as="geometry" />
        </mxCell>
        <mxCell id="rra6tTRvJPethr66ALMW-98" edge="1" parent="1" source="rra6tTRvJPethr66ALMW-95" style="edgeStyle=none;curved=1;rounded=0;orthogonalLoop=1;jettySize=auto;html=1;exitX=1;exitY=0.5;exitDx=0;exitDy=0;entryX=0;entryY=0.5;entryDx=0;entryDy=0;fontFamily=Architects Daughter;fontSource=https%3A%2F%2Ffonts.googleapis.com%2Fcss%3Ffamily%3DArchitects%2BDaughter;fontSize=16;startSize=14;endArrow=open;endSize=14;sourcePerimeterSpacing=8;targetPerimeterSpacing=8;" target="rra6tTRvJPethr66ALMW-46">
          <mxGeometry relative="1" as="geometry" />
        </mxCell>
        <mxCell id="rra6tTRvJPethr66ALMW-95" parent="1" style="rounded=0;whiteSpace=wrap;html=1;fontFamily=Architects Daughter;fontSource=https%3A%2F%2Ffonts.googleapis.com%2Fcss%3Ffamily%3DArchitects%2BDaughter;" value="Rds Proxy Pool" vertex="1">
          <mxGeometry height="39" width="109" x="265" y="-142" as="geometry" />
        </mxCell>
        <mxCell id="rra6tTRvJPethr66ALMW-103" edge="1" parent="1" source="rra6tTRvJPethr66ALMW-101" style="edgeStyle=orthogonalEdgeStyle;curved=1;rounded=0;orthogonalLoop=1;jettySize=auto;html=1;exitX=0.5;exitY=0;exitDx=0;exitDy=0;entryX=0.5;entryY=1;entryDx=0;entryDy=0;fontFamily=Architects Daughter;fontSource=https%3A%2F%2Ffonts.googleapis.com%2Fcss%3Ffamily%3DArchitects%2BDaughter;fontSize=16;startSize=14;endArrow=open;endSize=14;sourcePerimeterSpacing=8;targetPerimeterSpacing=8;" target="rra6tTRvJPethr66ALMW-90">
          <mxGeometry relative="1" as="geometry" />
        </mxCell>
        <UserObject label="&lt;div role=&quot;group&quot; aria-label=&quot;Code&quot; tabindex=&quot;0&quot; class=&quot;relative group/copy bg-bg-000/50 border-0.5 border-border-400 rounded-lg focus:outline-none focus-visible:ring-2 focus-visible:ring-accent-100&quot;&gt;&lt;div class=&quot;overflow-x-auto&quot;&gt;&lt;pre class=&quot;code-block__code !my-0 !rounded-lg !text-sm !leading-relaxed p-3.5&quot; style=&quot;background: transparent; font-family: var(--font-mono);&quot;&gt;&lt;code style=&quot;background: transparent; font-family: var(--font-mono); white-space: pre-wrap;&quot;&gt;&lt;font&gt;&lt;b&gt;Step 1 :&lt;/b&gt; Client → POST /get-upload-url → Lambda generates a signed S3 URL → returns it&lt;br&gt;&lt;b&gt;Step 2 &lt;/b&gt;: Client → PUT file directly to S3 using that URL&lt;br&gt;&lt;b&gt;Step 3 &lt;/b&gt;: S3 → Event Notification → SQS → Ingestion Lambda&lt;/font&gt;&lt;/code&gt;&lt;/pre&gt;&lt;/div&gt;&lt;/div&gt;&lt;p class=&quot;font-claude-response-body break-words whitespace-normal leading-[1.7]&quot;&gt;&lt;strong&gt;&lt;font&gt;The presigned URL looks like:&lt;/font&gt;&lt;/strong&gt;&lt;/p&gt;&lt;div role=&quot;group&quot; aria-label=&quot;Code&quot; tabindex=&quot;0&quot; class=&quot;relative group/copy bg-bg-000/50 border-0.5 border-border-400 rounded-lg focus:outline-none focus-visible:ring-2 focus-visible:ring-accent-100&quot;&gt;&lt;div class=&quot;overflow-x-auto&quot;&gt;&lt;pre class=&quot;code-block__code !my-0 !rounded-lg !text-sm !leading-relaxed p-3.5&quot; style=&quot;background: transparent; font-family: var(--font-mono);&quot;&gt;&lt;code style=&quot;background: transparent; font-family: var(--font-mono); white-space: pre-wrap;&quot;&gt;&lt;font&gt;&lt;span&gt;https://s3.amazonaws.com/your-bucket/resume-123.pdf&lt;br&gt;&lt;/span&gt;?X-Amz-Signature=abc123&lt;br&gt;&amp;amp;X-Amz-Expires=300&lt;/font&gt;&lt;/code&gt;&lt;/pre&gt;&lt;/div&gt;&lt;/div&gt;" link="&lt;div role=&quot;group&quot; aria-label=&quot;Code&quot; tabindex=&quot;0&quot; class=&quot;relative group/copy bg-bg-000/50 border-0.5 border-border-400 rounded-lg focus:outline-none focus-visible:ring-2 focus-visible:ring-accent-100&quot;&gt;&lt;div class=&quot;overflow-x-auto&quot;&gt;&lt;pre class=&quot;code-block__code !my-0 !rounded-lg !text-sm !leading-relaxed p-3.5&quot; style=&quot;color: rgb(234, 236, 240); background: transparent; font-family: var(--font-mono);&quot;&gt;&lt;code style=&quot;color: rgb(234, 236, 240); background: transparent; font-family: var(--font-mono); white-space: pre-wrap;&quot;&gt;&lt;span&gt;&lt;span&gt;Step 1: Client → POST /get-upload-url → Lambda generates a signed S3 URL → returns it&#xa;&lt;/span&gt;&lt;/span&gt;&lt;span&gt;Step 2: Client → PUT file directly to S3 using that URL&#xa;&lt;/span&gt;&lt;span&gt;        (your servers never touch the file)&#xa;&lt;/span&gt;&lt;span&gt;Step 3: S3 → Event Notification → SQS → Ingestion Lambda&lt;/span&gt;&lt;/code&gt;&lt;/pre&gt;&lt;/div&gt;&lt;/div&gt;&#xa;&lt;p class=&quot;font-claude-response-body break-words whitespace-normal leading-[1.7]&quot;&gt;&lt;strong&gt;The presigned URL looks like:&lt;/strong&gt;&lt;/p&gt;&#xa;&lt;div role=&quot;group&quot; aria-label=&quot;Code&quot; tabindex=&quot;0&quot; class=&quot;relative group/copy bg-bg-000/50 border-0.5 border-border-400 rounded-lg focus:outline-none focus-visible:ring-2 focus-visible:ring-accent-100&quot;&gt;&lt;div class=&quot;sticky opacity-0 group-hover/copy:opacity-100 group-focus-within/copy:opacity-100 top-2 py-2 h-12 w-0 float-right&quot;&gt;&lt;div class=&quot;absolute right-0 h-8 px-2 items-center inline-flex z-10&quot;&gt;&lt;button class=&quot;inline-flex&#xa;  items-center&#xa;  justify-center&#xa;  relative&#xa;  isolate&#xa;  shrink-0&#xa;  can-focus&#xa;  select-none&#xa;  disabled:pointer-events-none&#xa;  disabled:opacity-50&#xa;  disabled:shadow-none&#xa;  disabled:drop-shadow-none border-transparent&#xa;          transition&#xa;          font-base&#xa;          duration-300&#xa;          ease-[cubic-bezier(0.165,0.85,0.45,1)] h-8 w-8 rounded-md backdrop-blur-md _fill_10ocf_9 _ghost_10ocf_96&quot; type=&quot;button&quot; aria-label=&quot;Copy to clipboard&quot; data-state=&quot;closed&quot;&gt;&lt;div class=&quot;relative&quot;&gt;&lt;div class=&quot;transition-all opacity-100 scale-100&quot; style=&quot;width: 20px; height: 20px; display: flex; align-items: center; justify-content: center;&quot;&gt;&lt;svg width=&quot;20&quot; height=&quot;20&quot; viewBox=&quot;0 0 20 20&quot; fill=&quot;currentColor&quot; xmlns=&quot;http://www.w3.org/2000/svg&quot; class=&quot;transition-all opacity-100 scale-100&quot; aria-hidden=&quot;true&quot; style=&quot;flex-shrink: 0;&quot;&gt;&lt;path d=&quot;M12.5 3A1.5 1.5 0 0 1 14 4.5V6h1.5A1.5 1.5 0 0 1 17 7.5v8a1.5 1.5 0 0 1-1.5 1.5h-8A1.5 1.5 0 0 1 6 15.5V14H4.5A1.5 1.5 0 0 1 3 12.5v-8A1.5 1.5 0 0 1 4.5 3zm1.5 9.5a1.5 1.5 0 0 1-1.5 1.5H7v1.5a.5.5 0 0 0 .5.5h8a.5.5 0 0 0 .5-.5v-8a.5.5 0 0 0-.5-.5H14zM4.5 4a.5.5 0 0 0-.5.5v8a.5.5 0 0 0 .5.5h8a.5.5 0 0 0 .5-.5v-8a.5.5 0 0 0-.5-.5z&quot;&gt;&lt;/path&gt;&lt;/svg&gt;&lt;/div&gt;&lt;div class=&quot;absolute inset-0 flex items-center justify-center&quot;&gt;&lt;div class=&quot;transition-all opacity-0 scale-50&quot; style=&quot;width: 20px; height: 20px; display: flex; align-items: center; justify-content: center;&quot;&gt;&lt;svg width=&quot;20&quot; height=&quot;20&quot; viewBox=&quot;0 0 20 20&quot; fill=&quot;currentColor&quot; xmlns=&quot;http://www.w3.org/2000/svg&quot; class=&quot;transition-all opacity-0 scale-50&quot; aria-hidden=&quot;true&quot; style=&quot;flex-shrink: 0;&quot;&gt;&lt;path d=&quot;M15.188 5.11a.5.5 0 0 1 .752.626l-.056.084-7.5 9a.5.5 0 0 1-.738.033l-3.5-3.5-.064-.078a.501.501 0 0 1 .693-.693l.078.064 3.113 3.113 7.15-8.58z&quot;&gt;&lt;/path&gt;&lt;/svg&gt;&lt;/div&gt;&lt;/div&gt;&lt;/div&gt;&lt;/button&gt;&lt;/div&gt;&lt;/div&gt;&lt;div class=&quot;overflow-x-auto&quot;&gt;&lt;pre class=&quot;code-block__code !my-0 !rounded-lg !text-sm !leading-relaxed p-3.5&quot; style=&quot;color: rgb(234, 236, 240); background: transparent; font-family: var(--font-mono);&quot;&gt;&lt;code style=&quot;color: rgb(234, 236, 240); background: transparent; font-family: var(--font-mono); white-space: pre-wrap;&quot;&gt;&lt;span&gt;&lt;span&gt;https://s3.amazonaws.com/your-bucket/resume-123.pdf&#xa;&lt;/span&gt;&lt;/span&gt;&lt;span&gt;?X-Amz-Signature=abc123&#xa;&lt;/span&gt;&lt;span&gt;&amp;amp;X-Amz-Expires=300&lt;/span&gt;&lt;/code&gt;&lt;/pre&gt;&lt;/div&gt;&lt;/div&gt;" id="rra6tTRvJPethr66ALMW-101">
          <mxCell parent="1" style="text;whiteSpace=wrap;html=1;fontFamily=Architects Daughter;fontSource=https%3A%2F%2Ffonts.googleapis.com%2Fcss%3Ffamily%3DArchitects%2BDaughter;" vertex="1">
            <mxGeometry height="197" width="311" x="-648.25" y="314.5" as="geometry" />
          </mxCell>
        </UserObject>
        <UserObject label="&lt;mark class=&quot;HxTRcb&quot; data-sfc-root=&quot;c&quot; data-wiz-uids=&quot;N6ErTe_h&quot; data-sfc-cb=&quot;&quot; data-ved=&quot;2ahUKEwjY982R47KUAxXSTWwGHbviLGcQuJAPegoIAggACAEIBRAB&quot; data-processed=&quot;true&quot; data-copy-service-computed-style=&quot;font-family: &amp;quot;Google Sans&amp;quot;, Arial, sans-serif; font-size: 16px; font-weight: 500; margin: 0px; text-decoration: none; border-bottom: 0px rgb(0, 29, 53);&quot; style=&quot;font-family: &amp;quot;Google Sans&amp;quot;, Arial, sans-serif; font-size: 16px; font-weight: 500; margin: 0px; text-decoration: none; border-bottom: 0px rgb(0, 29, 53);&quot;&gt;&lt;span data-sfc-cp=&quot;&quot; data-sfc-root=&quot;c&quot; data-sfc-cb=&quot;&quot; data-processed=&quot;true&quot; data-copy-service-computed-style=&quot;font-family: &amp;quot;Google Sans&amp;quot;, Arial, sans-serif; font-size: 16px; font-weight: 500; margin: 0px; text-decoration: none; border-bottom: 0px rgb(0, 29, 53);&quot; style=&quot;font-family: &amp;quot;Google Sans&amp;quot;, Arial, sans-serif; font-size: 16px; font-weight: 500; margin: 0px; text-decoration: none; border-bottom: 0px rgb(0, 29, 53);&quot;&gt;EC2 +&amp;nbsp;&lt;a class=&quot;H23r4e&quot; target=&quot;_blank&quot; rel=&quot;noopener&quot; data-hveid=&quot;CAIIAAgBCAUQAg&quot; href=&quot;https://docs.aws.amazon.com/autoscaling/ec2/userguide/auto-scaling-groups.html&quot; data-processed=&quot;true&quot; aria-label=&quot;Auto Scaling Groups (ASGs). Link preview. Site: Amazon AWS Documentation. Title: Auto Scaling groups - AWS Documentation. URL: https://docs.aws.amazon.com/autoscaling/ec2/userguide/auto-scaling-groups.html.&quot; data-copy-service-computed-style=&quot;font-family: &amp;quot;Google Sans&amp;quot;, Arial, sans-serif; font-size: 16px; font-weight: 500; margin: 0px; text-decoration: underline 1px rgb(26, 13, 171); border-bottom: 0px rgb(26, 13, 171);&quot; style=&quot;font-family: &amp;quot;Google Sans&amp;quot;, Arial, sans-serif; font-size: 16px; font-weight: 500; margin: 0px; text-decoration: underline 1px rgb(26, 13, 171); border-bottom: 0px rgb(26, 13, 171);&quot;&gt;&lt;span class=&quot;N9Q8Lc&quot; data-copy-service-computed-style=&quot;font-family: &amp;quot;Google Sans&amp;quot;, Arial, sans-serif; font-size: 16px; font-weight: 500; margin: 0px; text-decoration: none; border-bottom: 0px rgb(26, 13, 171);&quot; style=&quot;font-family: &amp;quot;Google Sans&amp;quot;, Arial, sans-serif; font-size: 16px; font-weight: 500; margin: 0px; text-decoration: none; border-bottom: 0px rgb(26, 13, 171);&quot;&gt;Auto Scaling Groups (ASGs)&lt;/span&gt;&lt;/a&gt;&lt;/span&gt;&lt;/mark&gt;" link="&lt;mark class=&quot;HxTRcb&quot; data-sfc-root=&quot;c&quot; data-wiz-uids=&quot;N6ErTe_h&quot; data-sfc-cb=&quot;&quot; data-ved=&quot;2ahUKEwjY982R47KUAxXSTWwGHbviLGcQuJAPegoIAggACAEIBRAB&quot; data-processed=&quot;true&quot; data-copy-service-computed-style=&quot;font-family: &amp;quot;Google Sans&amp;quot;, Arial, sans-serif; font-size: 16px; font-weight: 500; margin: 0px; text-decoration: none; border-bottom: 0px rgb(0, 29, 53);&quot; style=&quot;font-family: &amp;quot;Google Sans&amp;quot;, Arial, sans-serif; font-size: 16px; font-weight: 500; margin: 0px; text-decoration: none; border-bottom: 0px rgb(0, 29, 53);&quot;&gt;&lt;span data-sfc-cp=&quot;&quot; data-sfc-root=&quot;c&quot; data-sfc-cb=&quot;&quot; data-processed=&quot;true&quot; data-copy-service-computed-style=&quot;font-family: &amp;quot;Google Sans&amp;quot;, Arial, sans-serif; font-size: 16px; font-weight: 500; margin: 0px; text-decoration: none; border-bottom: 0px rgb(0, 29, 53);&quot; style=&quot;font-family: &amp;quot;Google Sans&amp;quot;, Arial, sans-serif; font-size: 16px; font-weight: 500; margin: 0px; text-decoration: none; border-bottom: 0px rgb(0, 29, 53);&quot;&gt;&lt;a class=&quot;H23r4e&quot; target=&quot;_blank&quot; rel=&quot;noopener&quot; data-hveid=&quot;CAIIAAgBCAUQAg&quot; href=&quot;https://docs.aws.amazon.com/autoscaling/ec2/userguide/auto-scaling-groups.html&quot; data-processed=&quot;true&quot; aria-label=&quot;Auto Scaling Groups (ASGs). Link preview. Site: Amazon AWS Documentation. Title: Auto Scaling groups - AWS Documentation. URL: https://docs.aws.amazon.com/autoscaling/ec2/userguide/auto-scaling-groups.html.&quot; data-copy-service-computed-style=&quot;font-family: &amp;quot;Google Sans&amp;quot;, Arial, sans-serif; font-size: 16px; font-weight: 500; margin: 0px; text-decoration: underline 1px rgb(26, 13, 171); border-bottom: 0px rgb(26, 13, 171);&quot; style=&quot;font-family: &amp;quot;Google Sans&amp;quot;, Arial, sans-serif; font-size: 16px; font-weight: 500; margin: 0px; text-decoration: underline 1px rgb(26, 13, 171); border-bottom: 0px rgb(26, 13, 171);&quot;&gt;&lt;span class=&quot;N9Q8Lc&quot; data-copy-service-computed-style=&quot;font-family: &amp;quot;Google Sans&amp;quot;, Arial, sans-serif; font-size: 16px; font-weight: 500; margin: 0px; text-decoration: none; border-bottom: 0px rgb(26, 13, 171);&quot; style=&quot;font-family: &amp;quot;Google Sans&amp;quot;, Arial, sans-serif; font-size: 16px; font-weight: 500; margin: 0px; text-decoration: none; border-bottom: 0px rgb(26, 13, 171);&quot;&gt;Auto Scaling Groups (ASGs)&lt;/span&gt;&lt;/a&gt;&lt;/span&gt;&lt;/mark&gt;&lt;span class=&quot;N9Q8Lc&quot; data-copy-service-computed-style=&quot;font-family: &amp;quot;Google Sans&amp;quot;, Arial, sans-serif; font-size: 16px; font-weight: 400; margin: 0px; text-decoration: none; border-bottom: 0px rgb(10, 10, 10);&quot; style=&quot;font-family: &amp;quot;Google Sans&amp;quot;, Arial, sans-serif; font-size: 16px; font-weight: 400; margin: 0px; text-decoration: none; border-bottom: 0px rgb(10, 10, 10);&quot;&gt;.&lt;/span&gt;&lt;span&gt; [&lt;a href=&quot;https://www.youtube.com/watch?v=fwfkSxb1T-s&quot;&gt;1&lt;/a&gt;, &lt;a href=&quot;https://www.youtube.com/shorts/qnM207tATSA&quot;&gt;2&lt;/a&gt;]&lt;/span&gt;" id="rra6tTRvJPethr66ALMW-104">
          <mxCell parent="1" style="text;whiteSpace=wrap;html=1;fontFamily=Architects Daughter;fontSource=https%3A%2F%2Ffonts.googleapis.com%2Fcss%3Ffamily%3DArchitects%2BDaughter;" vertex="1">
            <mxGeometry height="27.82" width="263.79" x="336" y="108.00000000000006" as="geometry" />
          </mxCell>
        </UserObject>
      </root>
    </mxGraphModel>
  </diagram>
</mxfile>
